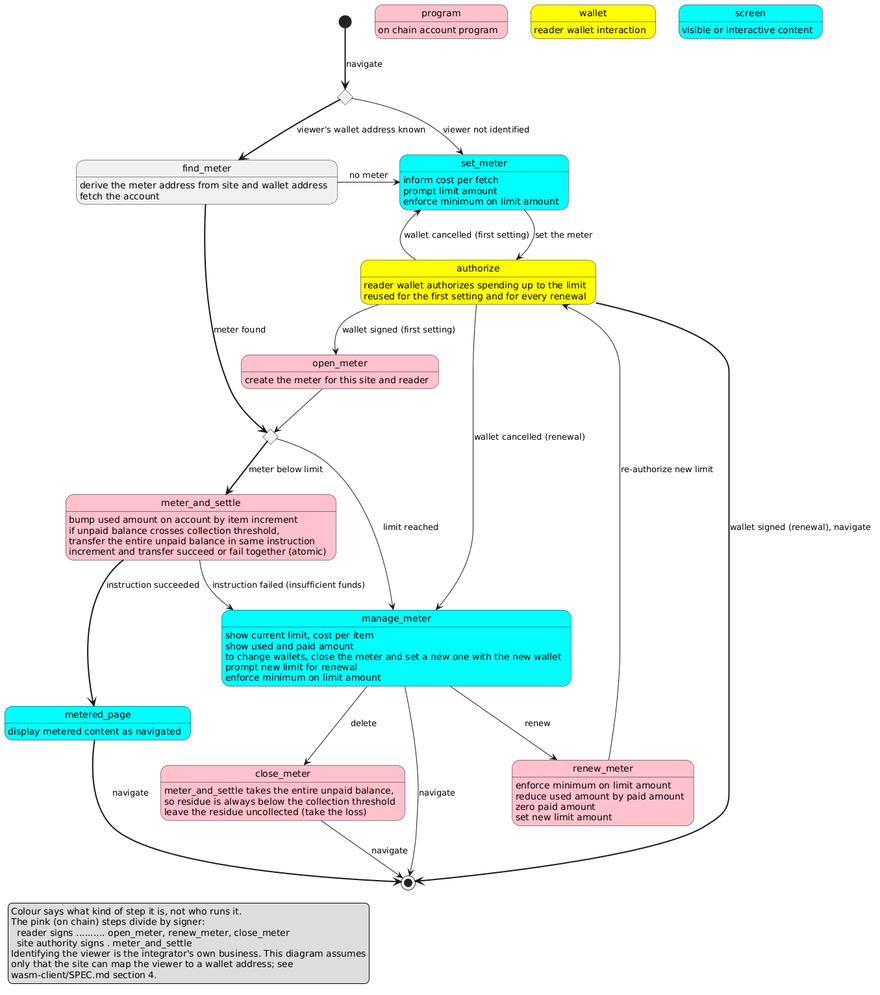
Above: state-machine.png in wbreeze/sol-pay (PlantUML), before the change.
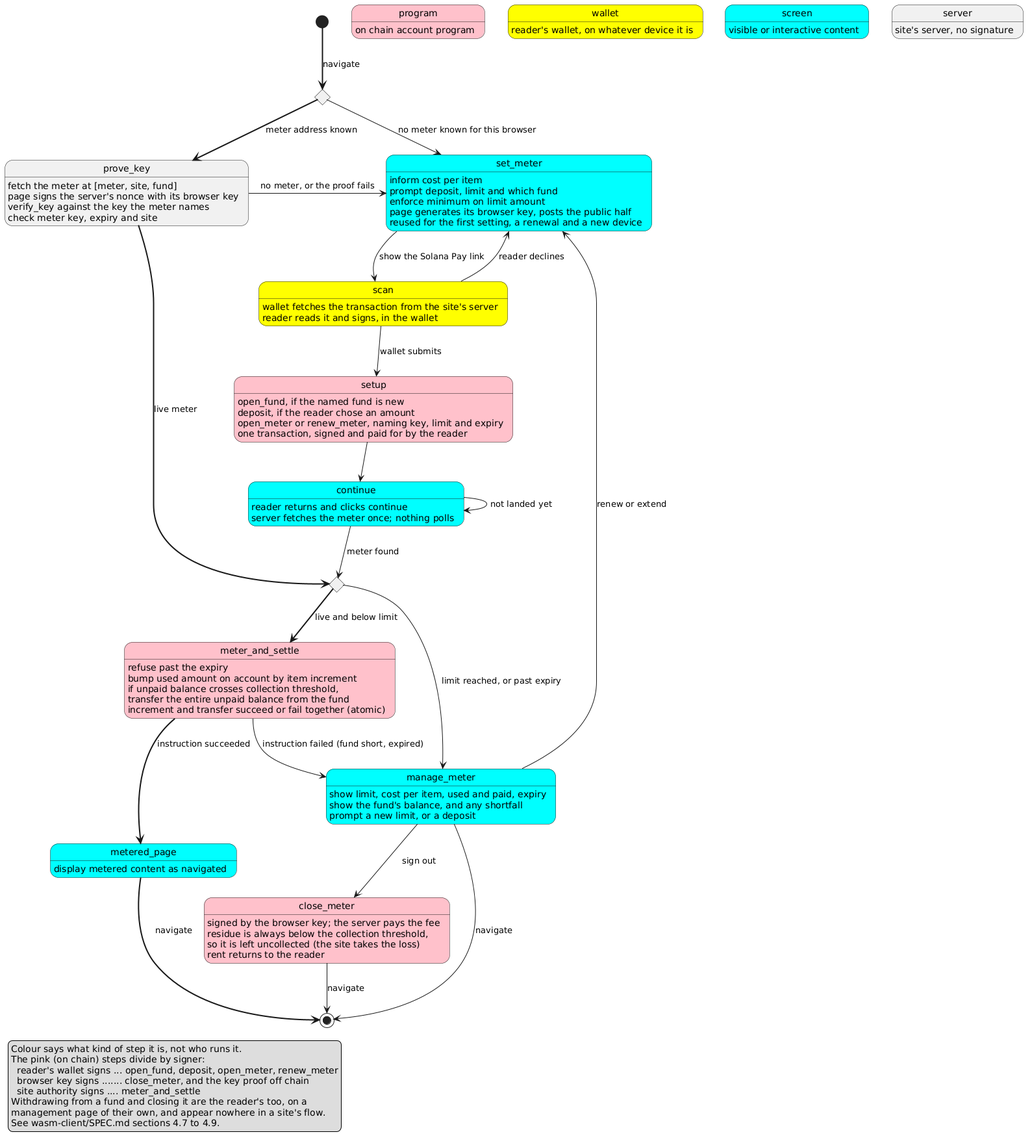
After the change.

Change to the diagram source:
```diff
@@ -3,88 +3,96 @@
 program : on chain account program
 
 state wallet #yellow
-wallet : reader wallet interaction
+wallet : reader's wallet, on whatever device it is
 
 state screen #cyan
 screen : visible or interactive content
 
+state server
+server : site's server, no signature
+
 state identified <<choice>>
+state prove_key
 state set_meter #cyan
-state find_meter
-state authorize #yellow
-state open_meter #pink
+state scan #yellow
+state setup #pink
+state continue #cyan
 state metered_page #cyan
 state meter_and_settle #pink
 state check_limit <<choice>>
 state manage_meter #cyan
-state renew_meter #pink
 state close_meter #pink
 
 [*] -[bold]-> identified : navigate
-identified --> set_meter : viewer not identified
-identified -[bold]-> find_meter : viewer's wallet address known
+identified --> set_meter : no meter known for this browser
+identified -[bold]-> prove_key : meter address known
 
-find_meter : derive the meter address from site and wallet address
-find_meter : fetch the account
-find_meter -> set_meter : no meter
-find_meter -[bold]-> check_limit : meter found
+prove_key : fetch the meter at [meter, site, fund]
+prove_key : page signs the server's nonce with its browser key
+prove_key : verify_key against the key the meter names
+prove_key : check meter key, expiry and site
+prove_key -> set_meter : no meter, or the proof fails
+prove_key -[bold]-> check_limit : live meter
 
-set_meter : inform cost per fetch
-set_meter : prompt limit amount
+set_meter : inform cost per item
+set_meter : prompt deposit, limit and which fund
 set_meter : enforce minimum on limit amount
-set_meter --> authorize : set the meter
+set_meter : page generates its browser key, posts the public half
+set_meter : reused for the first setting, a renewal and a new device
+set_meter --> scan : show the Solana Pay link
 
-authorize : reader wallet authorizes spending up to the limit
-authorize : reused for the first setting and for every renewal
-authorize -> set_meter : wallet cancelled (first setting)
-authorize --> open_meter : wallet signed (first setting)
-authorize -> manage_meter : wallet cancelled (renewal)
-authorize -[bold]-> [*] : wallet signed (renewal), navigate
+scan : wallet fetches the transaction from the site's server
+scan : reader reads it and signs, in the wallet
+scan -> set_meter : reader declines
+scan --> setup : wallet submits
 
-open_meter : create the meter for this site and reader
-open_meter --> check_limit
+setup : open_fund, if the named fund is new
+setup : deposit, if the reader chose an amount
+setup : open_meter or renew_meter, naming key, limit and expiry
+setup : one transaction, signed and paid for by the reader
+setup --> continue
+
+continue : reader returns and clicks continue
+continue : server fetches the meter once; nothing polls
+continue -> continue : not landed yet
+continue --> check_limit : meter found
+
+check_limit -> manage_meter : limit reached, or past expiry
+check_limit -[bold]-> meter_and_settle : live and below limit
+
+meter_and_settle : refuse past the expiry
+meter_and_settle : bump used amount on account by item increment
+meter_and_settle : if unpaid balance crosses collection threshold,
+meter_and_settle : transfer the entire unpaid balance from the fund
+meter_and_settle : increment and transfer succeed or fail together (atomic)
+meter_and_settle -[bold]-> metered_page : instruction succeeded
+meter_and_settle --> manage_meter : instruction failed (fund short, expired)
 
 metered_page : display metered content as navigated
 metered_page -[bold]-> [*] : navigate
 
-meter_and_settle : bump used amount on account by item increment
-meter_and_settle : if unpaid balance crosses collection threshold,
-meter_and_settle : transfer the entire unpaid balance in same instruction
-meter_and_settle : increment and transfer succeed or fail together (atomic)
-meter_and_settle -[bold]-> metered_page : instruction succeeded
-meter_and_settle --> manage_meter : instruction failed (insufficient funds)
+manage_meter : show limit, cost per item, used and paid, expiry
+manage_meter : show the fund's balance, and any shortfall
+manage_meter : prompt a new limit, or a deposit
+manage_meter -> [*] : navigate
+manage_meter --> set_meter : renew or extend
+manage_meter --> close_meter : sign out
 
-check_limit -> manage_meter : limit reached
-check_limit -[bold]-> meter_and_settle : meter below limit
-
-manage_meter: show current limit, cost per item
-manage_meter: show used and paid amount
-manage_meter: to change wallets, close the meter and set a new one with the new wallet
-manage_meter: prompt new limit for renewal
-manage_meter: enforce minimum on limit amount
-manage_meter -> [*] : navigate
-manage_meter --> renew_meter : renew
-manage_meter --> close_meter : delete
-
-renew_meter: enforce minimum on limit amount
-renew_meter: reduce used amount by paid amount
-renew_meter: zero paid amount
-renew_meter: set new limit amount
-renew_meter --> authorize : re-authorize new limit
-
-close_meter : meter_and_settle takes the entire unpaid balance,
-close_meter : so residue is always below the collection threshold
-close_meter : leave the residue uncollected (take the loss)
+close_meter : signed by the browser key; the server pays the fee
+close_meter : residue is always below the collection threshold,
+close_meter : so it is left uncollected (the site takes the loss)
+close_meter : rent returns to the reader
 close_meter --> [*] : navigate
 
 legend left
 Colour says what kind of step it is, not who runs it.
 The pink (on chain) steps divide by signer:
-  reader signs .......... open_meter, renew_meter, close_meter
-  site authority signs . meter_and_settle
-Identifying the viewer is the integrator's own business. This diagram assumes
-only that the site can map the viewer to a wallet address; see
-wasm-client/SPEC.md section 4.
+  reader's wallet signs ... open_fund, deposit, open_meter, renew_meter
+  browser key signs ....... close_meter, and the key proof off chain
+  site authority signs .... meter_and_settle
+Withdrawing from a fund and closing it are the reader's too, on a
+management page of their own, and appear nowhere in a site's flow.
+See wasm-client/SPEC.md sections 4.7 to 4.9.
 endlegend
 
 @enduml
```
